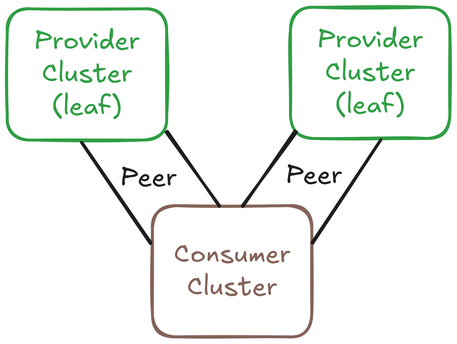
cheina97/liqo-network-docs keeps this Excalidraw diagram as assets/images/leaftoleaf.excalidraw.png. Above is the earlier version. Source tidied: one line per element, renumbered; positions are measured from the earlier drawing's top-left corner, leaving out a move shared by most shapes. The source it was exported from:
```json
{"id": 0, "type": "rectangle", "strokeColor": "#846358", "strokeWidth": 4, "roughness": 1, "round": true, "x": 200, "y": 273, "width": 219, "height": 181}
{"id": 1, "type": "text", "text": "Consumer\nCluster", "strokeColor": "#846358", "backgroundColor": "#ffffff", "fillStyle": "solid", "strokeWidth": 4, "roughness": 1, "fontSize": 36, "fontFamily": 5, "textAlign": "center", "verticalAlign": "middle", "inside": 0, "x": 229, "y": 318, "width": 160, "height": 90}
{"id": 2, "type": "rectangle", "strokeColor": "#2f9e44", "strokeWidth": 4, "roughness": 1, "round": true, "x": 0, "y": 2, "width": 219, "height": 181}
{"id": 3, "type": "text", "text": "Provider\nCluster\n(leaf)", "strokeColor": "#2f9e44", "backgroundColor": "#ffffff", "fillStyle": "solid", "strokeWidth": 4, "roughness": 1, "fontSize": 36, "fontFamily": 5, "textAlign": "center", "verticalAlign": "middle", "inside": 2, "x": 37, "y": 25, "width": 145, "height": 135}
{"id": 4, "type": "rectangle", "strokeColor": "#2f9e44", "strokeWidth": 4, "roughness": 1, "round": true, "x": 390, "y": 0, "width": 219, "height": 181}
{"id": 5, "type": "text", "text": "Provider\nCluster\n(leaf)", "strokeColor": "#2f9e44", "backgroundColor": "#ffffff", "fillStyle": "solid", "strokeWidth": 4, "roughness": 1, "fontSize": 36, "fontFamily": 5, "textAlign": "center", "verticalAlign": "middle", "inside": 4, "x": 427, "y": 23, "width": 145, "height": 135}
{"id": 6, "type": "line", "strokeColor": "#1e1e1e", "backgroundColor": "#ffffff", "fillStyle": "solid", "strokeWidth": 4, "roughness": 1, "round": true, "x": 103, "y": 187, "width": 94, "height": 138, "points": [[0, 0], [94, 138]]}
{"id": 7, "type": "line", "strokeColor": "#1e1e1e", "backgroundColor": "#ffffff", "fillStyle": "solid", "strokeWidth": 4, "roughness": 1, "round": true, "x": 219, "y": 172, "width": 72, "height": 102, "points": [[0, 0], [72, 102]]}
{"id": 8, "type": "line", "strokeColor": "#1e1e1e", "backgroundColor": "#ffffff", "fillStyle": "solid", "strokeWidth": 4, "roughness": 1, "round": true, "x": 323, "y": 274, "width": 73, "height": 104, "points": [[0, 0], [73, -104]]}
{"id": 9, "type": "line", "strokeColor": "#1e1e1e", "backgroundColor": "#ffffff", "fillStyle": "solid", "strokeWidth": 4, "roughness": 1, "round": true, "x": 420, "y": 325, "width": 95, "height": 142, "points": [[0, 0], [95, -142]]}
{"id": 10, "type": "text", "text": "Peer", "strokeColor": "#1e1e1e", "backgroundColor": "#ffffff", "fillStyle": "solid", "strokeWidth": 4, "roughness": 1, "fontSize": 36, "fontFamily": 5, "x": 156, "y": 213, "width": 78, "height": 45}
{"id": 11, "type": "text", "text": "Peer", "strokeColor": "#1e1e1e", "backgroundColor": "#ffffff", "fillStyle": "solid", "strokeWidth": 4, "roughness": 1, "fontSize": 36, "fontFamily": 5, "x": 383, "y": 210, "width": 78, "height": 45}
```
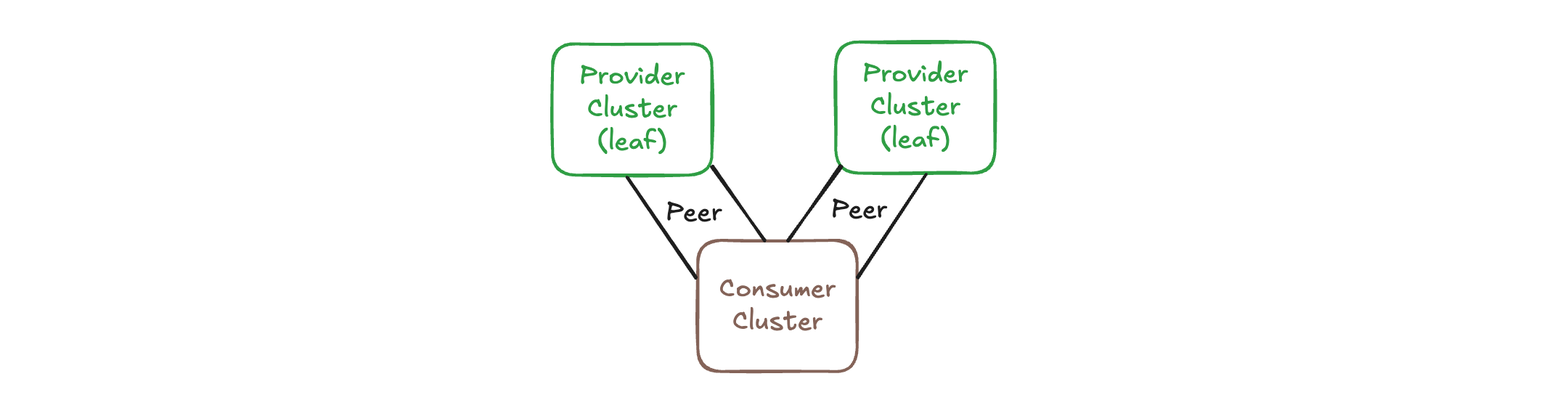
After the commit.

Change to the diagram source:
```diff
@@ -1,7 +1,7 @@
 {"id": 0, "type": "rectangle", "strokeColor": "#846358", "strokeWidth": 4, "roughness": 1, "round": true, "x": 200, "y": 273, "width": 219, "height": 181}
 {"id": 1, "type": "text", "text": "Consumer\nCluster", "strokeColor": "#846358", "backgroundColor": "#ffffff", "fillStyle": "solid", "strokeWidth": 4, "roughness": 1, "fontSize": 36, "fontFamily": 5, "textAlign": "center", "verticalAlign": "middle", "inside": 0, "x": 229, "y": 318, "width": 160, "height": 90}
-{"id": 2, "type": "rectangle", "strokeColor": "#2f9e44", "strokeWidth": 4, "roughness": 1, "round": true, "x": 0, "y": 2, "width": 219, "height": 181}
+{"id": 2, "type": "rectangle", "strokeColor": "#2f9e44", "strokeWidth": 4, "roughness": 1, "round": true, "x": 0, "y": 3, "width": 219, "height": 181}
-{"id": 3, "type": "text", "text": "Provider\nCluster\n(leaf)", "strokeColor": "#2f9e44", "backgroundColor": "#ffffff", "fillStyle": "solid", "strokeWidth": 4, "roughness": 1, "fontSize": 36, "fontFamily": 5, "textAlign": "center", "verticalAlign": "middle", "inside": 2, "x": 37, "y": 25, "width": 145, "height": 135}
+{"id": 3, "type": "text", "text": "Provider\nCluster\n(leaf)", "strokeColor": "#2f9e44", "backgroundColor": "#ffffff", "fillStyle": "solid", "strokeWidth": 4, "roughness": 1, "fontSize": 36, "fontFamily": 5, "textAlign": "center", "verticalAlign": "middle", "inside": 2, "x": 37, "y": 26, "width": 145, "height": 135}
 {"id": 4, "type": "rectangle", "strokeColor": "#2f9e44", "strokeWidth": 4, "roughness": 1, "round": true, "x": 390, "y": 0, "width": 219, "height": 181}
 {"id": 5, "type": "text", "text": "Provider\nCluster\n(leaf)", "strokeColor": "#2f9e44", "backgroundColor": "#ffffff", "fillStyle": "solid", "strokeWidth": 4, "roughness": 1, "fontSize": 36, "fontFamily": 5, "textAlign": "center", "verticalAlign": "middle", "inside": 4, "x": 427, "y": 23, "width": 145, "height": 135}
 {"id": 6, "type": "line", "strokeColor": "#1e1e1e", "backgroundColor": "#ffffff", "fillStyle": "solid", "strokeWidth": 4, "roughness": 1, "round": true, "x": 103, "y": 187, "width": 94, "height": 138, "points": [[0, 0], [94, 138]]}
@@ -10,3 +10,4 @@
 {"id": 9, "type": "line", "strokeColor": "#1e1e1e", "backgroundColor": "#ffffff", "fillStyle": "solid", "strokeWidth": 4, "roughness": 1, "round": true, "x": 420, "y": 325, "width": 95, "height": 142, "points": [[0, 0], [95, -142]]}
 {"id": 10, "type": "text", "text": "Peer", "strokeColor": "#1e1e1e", "backgroundColor": "#ffffff", "fillStyle": "solid", "strokeWidth": 4, "roughness": 1, "fontSize": 36, "fontFamily": 5, "x": 156, "y": 213, "width": 78, "height": 45}
 {"id": 11, "type": "text", "text": "Peer", "strokeColor": "#1e1e1e", "backgroundColor": "#ffffff", "fillStyle": "solid", "strokeWidth": 4, "roughness": 1, "fontSize": 36, "fontFamily": 5, "x": 383, "y": 210, "width": 78, "height": 45}
+{"id": 12, "type": "rectangle", "strokeColor": "transparent", "strokeWidth": 2, "roughness": 1, "round": true, "x": -751, "y": -48, "width": 2140, "height": 542}
```
